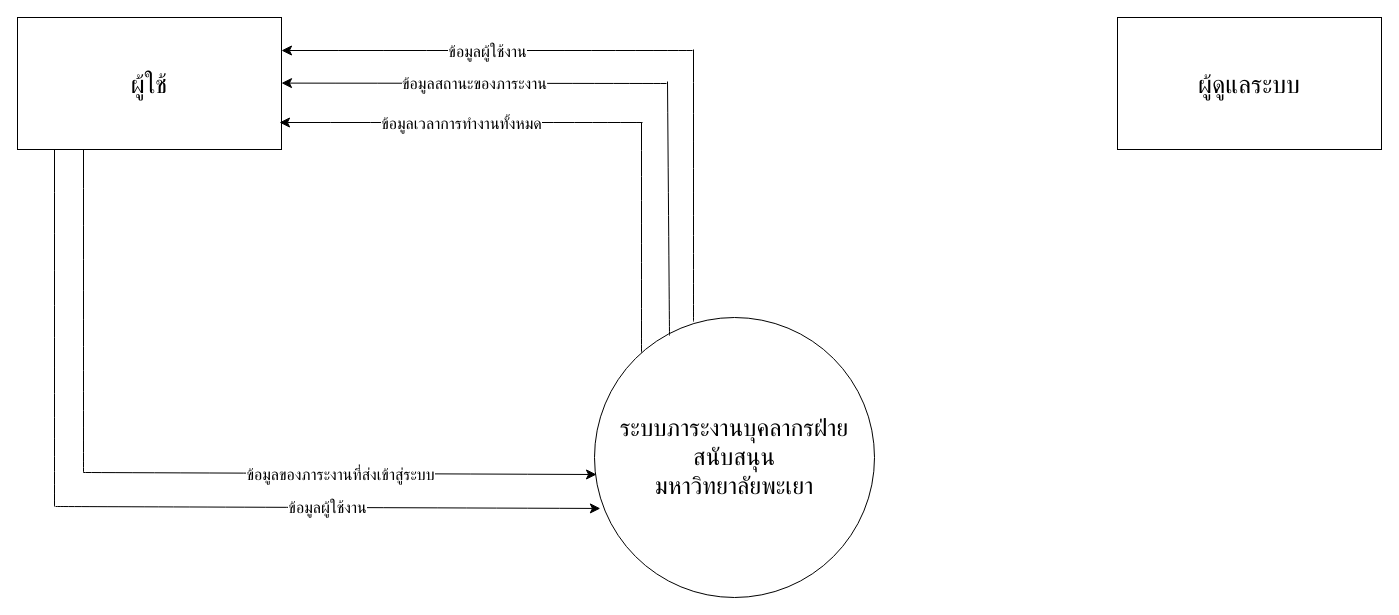
The draw.io diagram page "Page-3" (3 of 3) of ER.drawio in ProfDetermined/uni-works, before the edit. Source tidied: cells renumbered, new cells numbered last; positions are measured from the earlier drawing's top-left corner, leaving out a move shared by most shapes. Both pictures are drawn from the tidied source at 100%, with x=0, y=0 at pixel (17, 17).
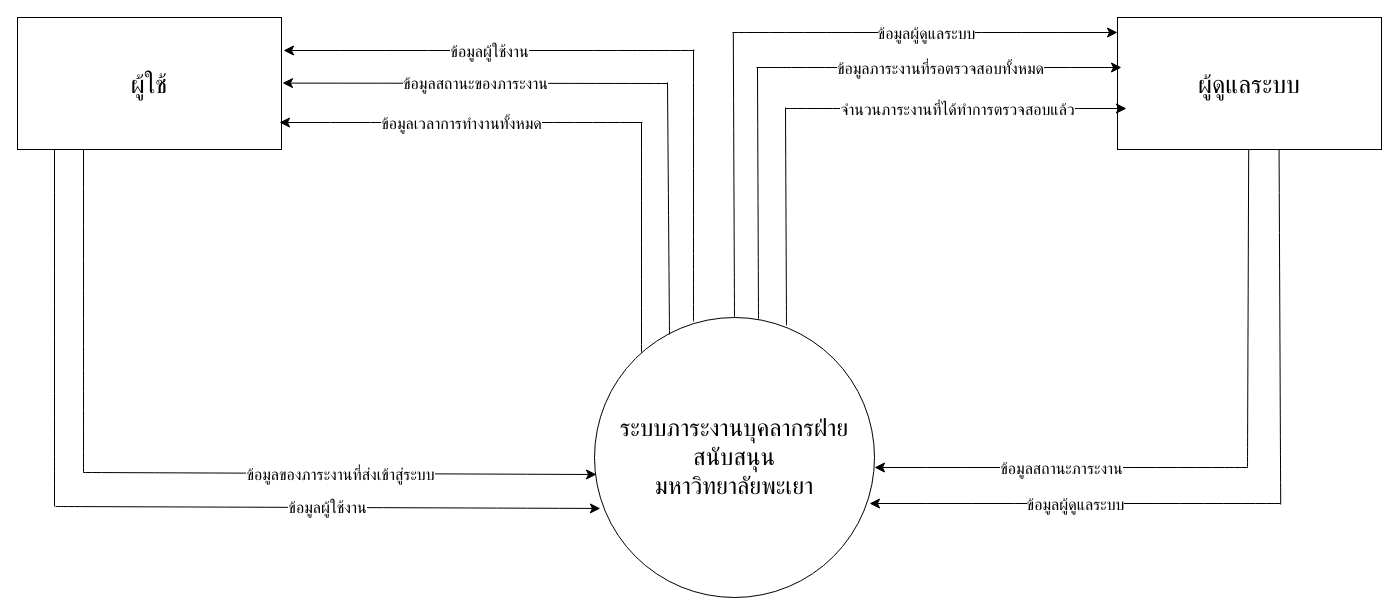
The same diagram, later.

Unchanged cells that the change refers to:
```xml
<mxCell id="2" value="&lt;font style=&quot;font-size: 24px;&quot;&gt;ระบบภาระงานบุคลากรฝ่ายสนับสนุน&lt;br&gt;มหาวิทยาลัยพะเยา&lt;/font&gt;" style="ellipse;whiteSpace=wrap;html=1;fontSize=16;" parent="1" vertex="1">
  <mxGeometry x="577" y="300" width="280" height="280" as="geometry" />
</mxCell>
<mxCell id="3" value="&lt;font style=&quot;font-size: 25px;&quot;&gt;ผู้ใช้&lt;/font&gt;" style="rounded=0;whiteSpace=wrap;html=1;fontSize=16;" parent="1" vertex="1">
  <mxGeometry width="264" height="132" as="geometry" />
</mxCell>
<mxCell id="4" value="&lt;font style=&quot;font-size: 25px;&quot;&gt;ผู้ดูแลระบบ&lt;br&gt;&lt;/font&gt;" style="rounded=0;whiteSpace=wrap;html=1;fontSize=16;" parent="1" vertex="1">
  <mxGeometry x="1100" width="264" height="132" as="geometry" />
</mxCell>
```

What changed in the source:
```diff
@@
-    <mxCell id="6" style="endArrow=classic;html=1;rounded=0;fontSize=12;startSize=8;endSize=8;curved=1;entryX=1;entryY=0.25;entryDx=0;entryDy=0;" parent="1" edge="1" target="3">
+    <mxCell id="6" style="endArrow=classic;html=1;rounded=0;fontSize=12;startSize=8;endSize=8;curved=1;entryX=1;entryY=0.25;entryDx=0;entryDy=0;" parent="1" edge="1">
       <mxGeometry relative="1" as="geometry">
-        <mxPoint x="675" y="33" as="sourcePoint" />
+        <mxPoint x="677" y="33" as="sourcePoint" />
+        <mxPoint x="266" y="33" as="targetPoint" />
       </mxGeometry>
     </mxCell>
@@
     <mxCell id="8" style="endArrow=classic;html=1;rounded=0;fontSize=12;startSize=8;endSize=8;curved=1;entryX=1;entryY=0.25;entryDx=0;entryDy=0;" parent="1" edge="1">
       <mxGeometry relative="1" as="geometry">
-        <mxPoint x="649" y="66" as="sourcePoint" />
-        <mxPoint x="264" y="65.6" as="targetPoint" />
+        <mxPoint x="650" y="66" as="sourcePoint" />
+        <mxPoint x="265" y="65.6" as="targetPoint" />
       </mxGeometry>
     </mxCell>
@@
     <mxCell id="12" style="endArrow=none;html=1;rounded=0;fontSize=12;startSize=8;endSize=8;curved=1;" parent="1" edge="1">
       <mxGeometry relative="1" as="geometry">
-        <mxPoint x="652" y="318" as="sourcePoint" />
-        <mxPoint x="650" y="64" as="targetPoint" />
+        <mxPoint x="652" y="317" as="sourcePoint" />
+        <mxPoint x="650" y="65" as="targetPoint" />
       </mxGeometry>
     </mxCell>
@@
+    <mxCell id="20" style="endArrow=classic;html=1;rounded=0;fontSize=12;startSize=8;endSize=8;curved=1;" parent="1" edge="1">
+      <mxGeometry relative="1" as="geometry">
+        <mxPoint x="715" y="15" as="sourcePoint" />
+        <mxPoint x="1100" y="15" as="targetPoint" />
+      </mxGeometry>
+    </mxCell>
+    <mxCell id="21" value="ข้อมูลผู้ดูแลระบบ" style="edgeLabel;html=1;align=center;verticalAlign=middle;fontSize=16;" parent="20" vertex="1">
+      <mxGeometry relative="1" as="geometry" />
+    </mxCell>
+    <mxCell id="22" style="endArrow=none;html=1;rounded=0;fontSize=12;startSize=8;endSize=8;curved=1;exitX=0.5;exitY=0;exitDx=0;exitDy=0;" parent="1" edge="1" source="2">
+      <mxGeometry relative="1" as="geometry">
+        <mxPoint x="715.8" y="15" as="targetPoint" />
+      </mxGeometry>
+    </mxCell>
+    <mxCell id="23" style="endArrow=classic;html=1;rounded=0;fontSize=12;startSize=8;endSize=8;curved=1;" parent="1" edge="1">
+      <mxGeometry relative="1" as="geometry">
+        <mxPoint x="739" y="50" as="sourcePoint" />
+        <mxPoint x="1104" y="50" as="targetPoint" />
+      </mxGeometry>
+    </mxCell>
+    <mxCell id="24" value="ข้อมูลภาระงานที่รอตรวจสอบทั้งหมด" style="edgeLabel;html=1;align=center;verticalAlign=middle;fontSize=16;" parent="23" vertex="1">
+      <mxGeometry relative="1" as="geometry" />
+    </mxCell>
+    <mxCell id="25" style="endArrow=none;html=1;rounded=0;fontSize=12;startSize=8;endSize=8;curved=1;" parent="1" edge="1">
+      <mxGeometry relative="1" as="geometry">
+        <mxPoint x="741" y="302" as="sourcePoint" />
+        <mxPoint x="740" y="50" as="targetPoint" />
+      </mxGeometry>
+    </mxCell>
+    <mxCell id="26" style="endArrow=classic;html=1;rounded=0;fontSize=12;startSize=8;endSize=8;curved=1;entryX=1;entryY=0.25;entryDx=0;entryDy=0;" parent="1" edge="1">
+      <mxGeometry relative="1" as="geometry">
+        <mxPoint x="1263" y="486" as="sourcePoint" />
+        <mxPoint x="852" y="486" as="targetPoint" />
+      </mxGeometry>
+    </mxCell>
+    <mxCell id="27" value="ข้อมูลผู้ดูแลระบบ" style="edgeLabel;html=1;align=center;verticalAlign=middle;fontSize=16;" parent="26" vertex="1">
+      <mxGeometry relative="1" as="geometry" />
+    </mxCell>
+    <mxCell id="28" style="endArrow=none;html=1;rounded=0;fontSize=12;startSize=8;endSize=8;curved=1;exitX=0.5;exitY=0;exitDx=0;exitDy=0;entryX=0.612;entryY=1;entryDx=0;entryDy=0;entryPerimeter=0;" parent="1" edge="1" target="4">
+      <mxGeometry relative="1" as="geometry">
+        <mxPoint x="1263.2" y="487" as="sourcePoint" />
+      </mxGeometry>
+    </mxCell>
+    <mxCell id="29" style="endArrow=classic;html=1;rounded=0;fontSize=12;startSize=8;endSize=8;curved=1;entryX=1;entryY=0.25;entryDx=0;entryDy=0;" parent="1" edge="1">
+      <mxGeometry relative="1" as="geometry">
+        <mxPoint x="1230" y="450" as="sourcePoint" />
+        <mxPoint x="857" y="450" as="targetPoint" />
+      </mxGeometry>
+    </mxCell>
+    <mxCell id="30" value="ข้อมูลสถานะภาระงาน" style="edgeLabel;html=1;align=center;verticalAlign=middle;fontSize=16;" parent="29" vertex="1">
+      <mxGeometry relative="1" as="geometry" />
+    </mxCell>
+    <mxCell id="31" style="endArrow=none;html=1;rounded=0;fontSize=12;startSize=8;endSize=8;curved=1;entryX=0.612;entryY=1;entryDx=0;entryDy=0;entryPerimeter=0;" parent="1" edge="1">
+      <mxGeometry relative="1" as="geometry">
+        <mxPoint x="1230" y="450" as="sourcePoint" />
+        <mxPoint x="1231.2" y="132" as="targetPoint" />
+      </mxGeometry>
+    </mxCell>
+    <mxCell id="32" style="endArrow=classic;html=1;rounded=0;fontSize=12;startSize=8;endSize=8;curved=1;" parent="1" edge="1">
+      <mxGeometry relative="1" as="geometry">
+        <mxPoint x="768" y="91" as="sourcePoint" />
+        <mxPoint x="1109" y="91" as="targetPoint" />
+      </mxGeometry>
+    </mxCell>
+    <mxCell id="33" value="จำนวนภาระงานที่ได้ทำการตรวจสอบแล้ว" style="edgeLabel;html=1;align=center;verticalAlign=middle;fontSize=16;" parent="32" vertex="1">
+      <mxGeometry relative="1" as="geometry" />
+    </mxCell>
+    <mxCell id="34" style="endArrow=none;html=1;rounded=0;fontSize=12;startSize=8;endSize=8;curved=1;" parent="1" edge="1">
+      <mxGeometry relative="1" as="geometry">
+        <mxPoint x="769" y="308" as="sourcePoint" />
+        <mxPoint x="768" y="90" as="targetPoint" />
+      </mxGeometry>
+    </mxCell>
```
